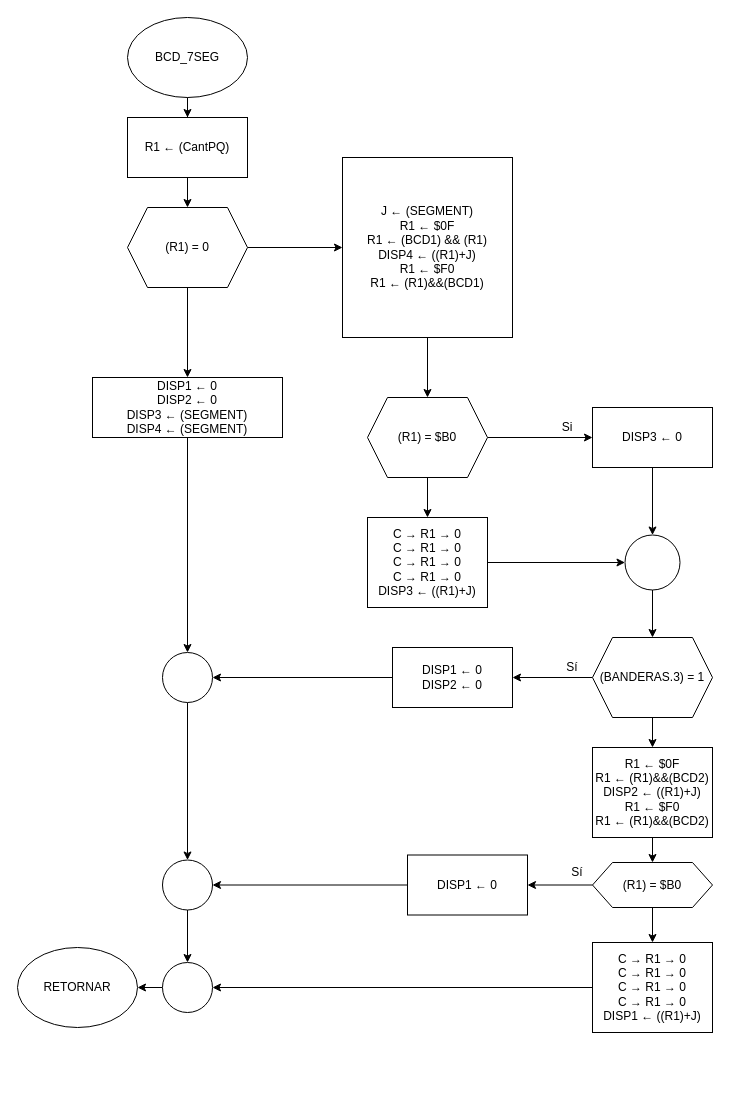
The draw.io diagram tarea5/BCD_7SEG.drawio in robertosc/microprocesadores, before the edit. Source tidied: cells renumbered, new cells numbered last; positions are measured from the earlier drawing's top-left corner, leaving out a move shared by most shapes. Both pictures are drawn from the tidied source at 100%, with x=0, y=0 at pixel (17, 17).
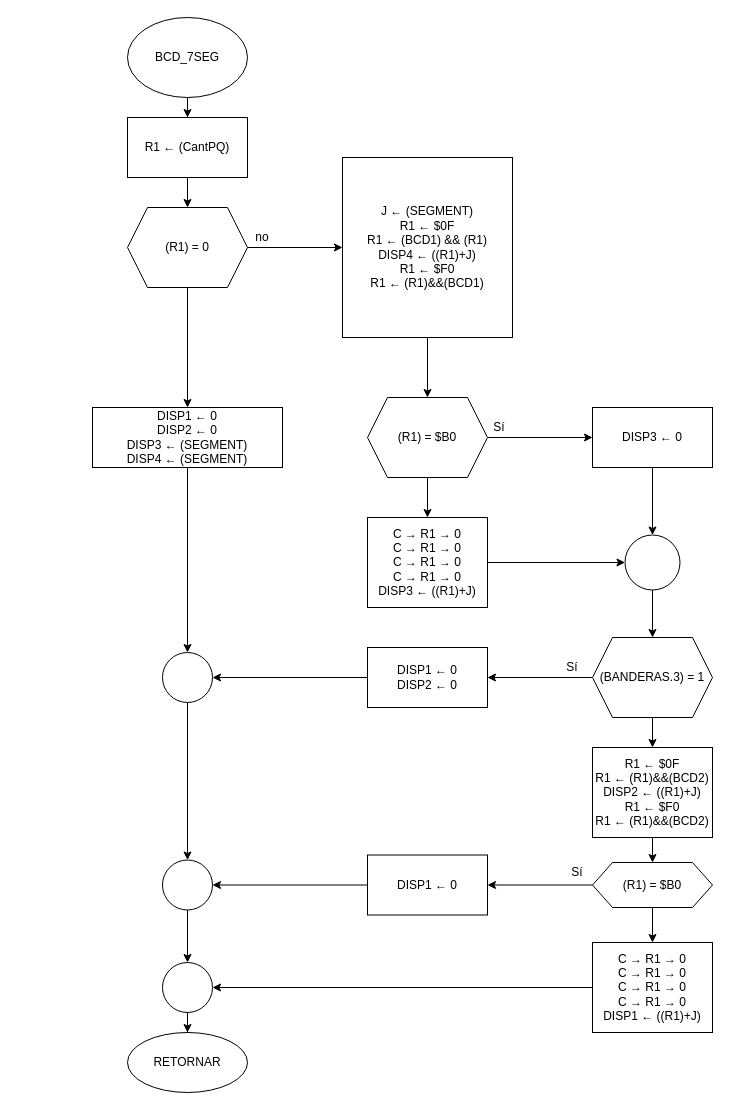
The same page after the edit.

Diff of the diagram source:
```diff
@@
     <mxCell id="10" value="&lt;div&gt;DISP1 ← 0&lt;/div&gt;&lt;div&gt;DISP2 ← 0&lt;/div&gt;&lt;div&gt;DISP3 ← (SEGMENT)&lt;/div&gt;&lt;div&gt;DISP4 ← (SEGMENT)&lt;/div&gt;" style="whiteSpace=wrap;html=1;" parent="1" vertex="1">
-      <mxGeometry x="75" y="360" width="190" height="60" as="geometry" />
+      <mxGeometry x="75" y="390" width="190" height="60" as="geometry" />
     </mxCell>
@@
     <mxCell id="13" value="RETORNAR" style="ellipse;whiteSpace=wrap;html=1;" parent="1" vertex="1">
-      <mxGeometry y="930" width="120" height="80" as="geometry" />
+      <mxGeometry x="110" y="1015" width="120" height="60" as="geometry" />
     </mxCell>
@@
-    <mxCell id="21" value="Si" style="text;html=1;strokeColor=none;fillColor=none;align=center;verticalAlign=middle;whiteSpace=wrap;rounded=0;" parent="1" vertex="1">
-      <mxGeometry x="530" y="400" width="40" height="20" as="geometry" />
+    <mxCell id="21" value="Sí" style="text;html=1;strokeColor=none;fillColor=none;align=center;verticalAlign=middle;whiteSpace=wrap;rounded=0;" parent="1" vertex="1">
+      <mxGeometry x="462" y="400" width="40" height="20" as="geometry" />
     </mxCell>
@@
     <mxCell id="30" value="&lt;div&gt;DISP1 ← 0&lt;/div&gt;&lt;div&gt;DISP2 ← 0&lt;/div&gt;" style="whiteSpace=wrap;html=1;" parent="1" vertex="1">
-      <mxGeometry x="375" y="630" width="120" height="60" as="geometry" />
+      <mxGeometry x="350" y="630" width="120" height="60" as="geometry" />
     </mxCell>
@@
     <mxCell id="38" value="&lt;div&gt;DISP1 ← 0&lt;/div&gt;" style="whiteSpace=wrap;html=1;" parent="1" vertex="1">
-      <mxGeometry x="390" y="837.5" width="120" height="60" as="geometry" />
+      <mxGeometry x="350" y="837.5" width="120" height="60" as="geometry" />
     </mxCell>
@@
+    <mxCell id="46" value="no" style="text;html=1;strokeColor=none;fillColor=none;align=center;verticalAlign=middle;whiteSpace=wrap;rounded=0;" parent="1" vertex="1">
+      <mxGeometry x="225" y="210" width="40" height="20" as="geometry" />
+    </mxCell>
```
